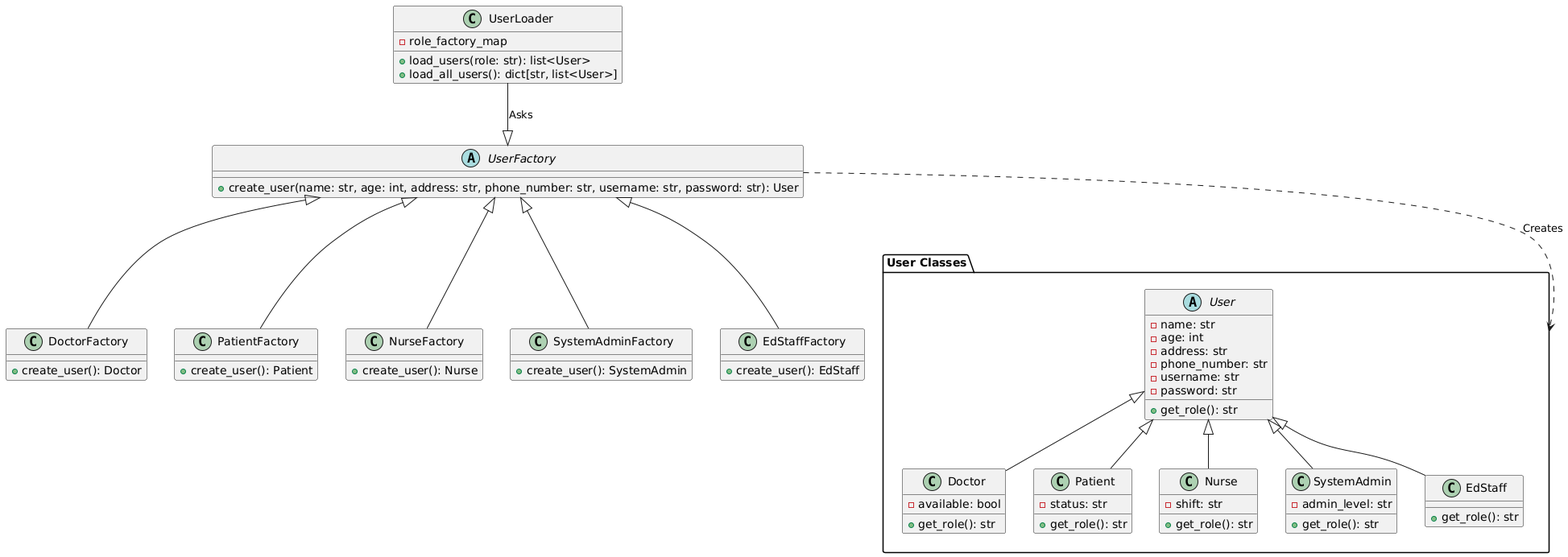
Above: Project Milestone 3/Karan/factory_method_uml.png in SENG-350-2024-fall/Team-6 (PlantUML), before the change.
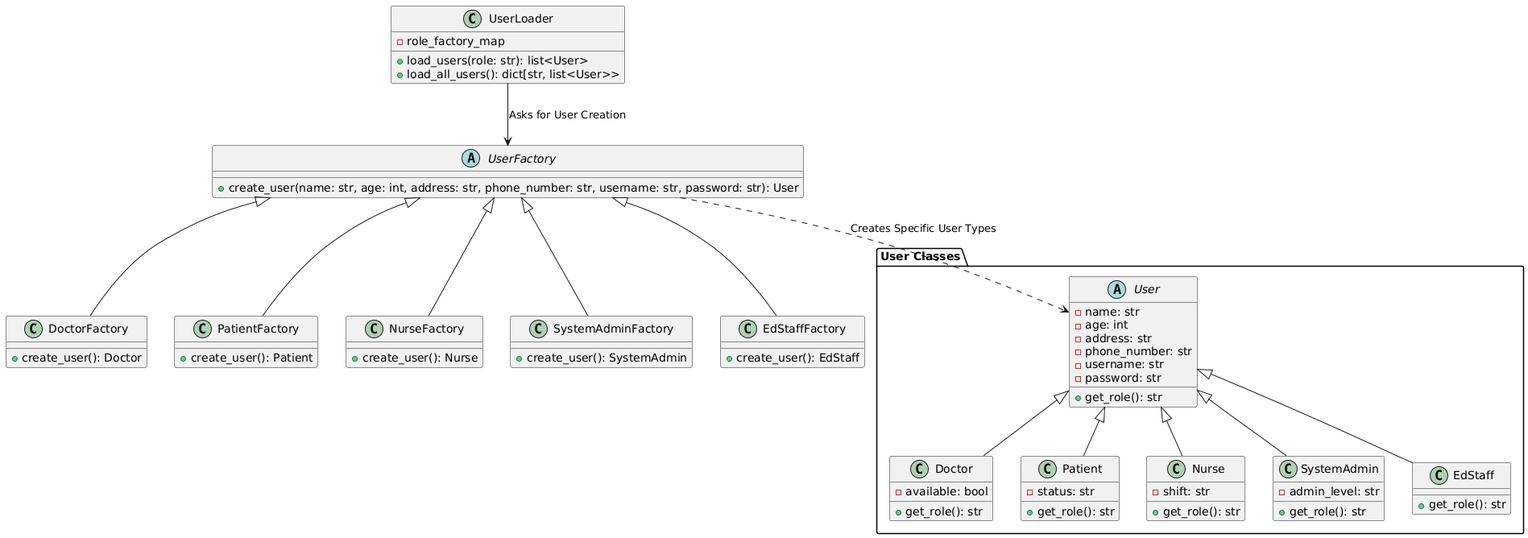
After the change.

Change to the diagram source:
```diff
@@ -9,7 +9,6 @@
         - password: str
         + get_role(): str
     }
-
 
     class Doctor {
         - available: bool
@@ -63,7 +62,7 @@
 class UserLoader {
     - role_factory_map
     + load_users(role: str): list<User>
-    + load_all_users(): dict[str, list<User>]
+    + load_all_users(): dict[str, list<User>>
 }
 
 User <|-- Doctor
@@ -78,7 +77,7 @@
 UserFactory <|-- SystemAdminFactory
 UserFactory <|-- EdStaffFactory
 
-UserLoader --|> UserFactory : "Asks"
+UserLoader --> UserFactory : "Asks for User Creation"
 
-UserFactory ..> "User Classes" : "Creates"
+UserFactory ..> User : "Creates Specific User Types"
 @enduml
```
